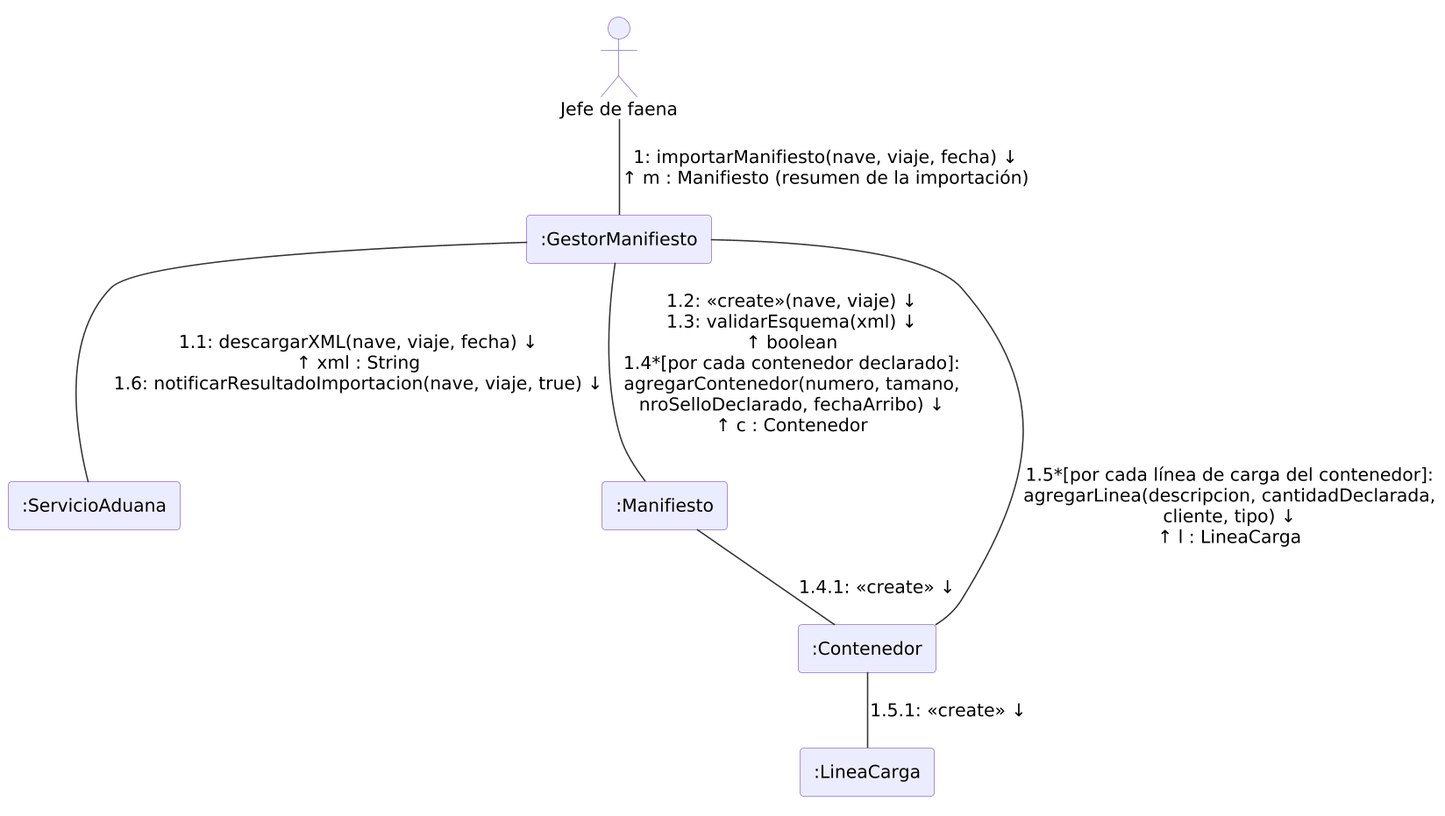
Earlier version of the PlantUML export Figuras/diagramas/17-col-importar-manifiesto.png (RenatoEspina/Latex-proyecto).
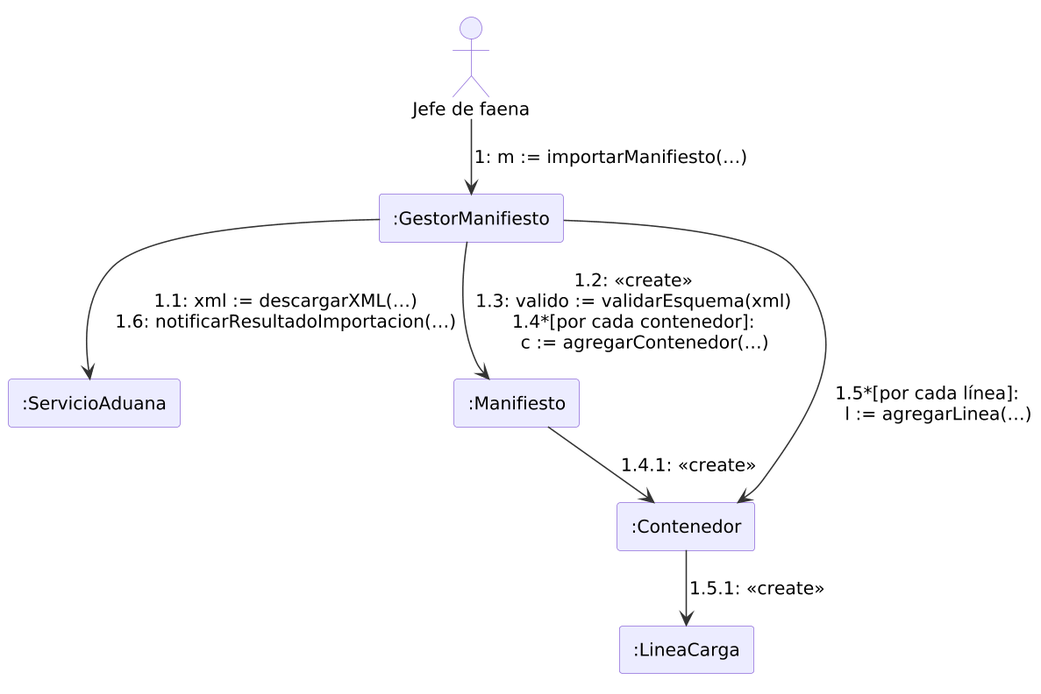
Above is the later version.

Diff of the diagram source:
```diff
@@ -8,10 +8,10 @@
 rectangle ":Contenedor" as C
 rectangle ":LineaCarga" as L
 
-JF -- GM : "1: importarManifiesto(nave, viaje, fecha) ↓\n↑ m : Manifiesto (resumen de la importación)"
-GM -- SA : "1.1: descargarXML(nave, viaje, fecha) ↓\n↑ xml : String\n1.6: notificarResultadoImportacion(nave, viaje, true) ↓"
-GM -- M : "1.2: <<create>>(nave, viaje) ↓\n1.3: validarEsquema(xml) ↓\n↑ boolean\n1.4*[por cada contenedor declarado]:\nagregarContenedor(numero, tamano,\nnroSelloDeclarado, fechaArribo) ↓\n↑ c : Contenedor"
-M -- C : "1.4.1: <<create>> ↓"
-GM -- C : "1.5*[por cada línea de carga del contenedor]:\nagregarLinea(descripcion, cantidadDeclarada,\ncliente, tipo) ↓\n↑ l : LineaCarga"
-C -- L : "1.5.1: <<create>> ↓"
+JF --> GM : "1: m := importarManifiesto(…)"
+GM --> SA : "1.1: xml := descargarXML(…)\n1.6: notificarResultadoImportacion(…)"
+GM --> M : "1.2: <<create>>\n1.3: valido := validarEsquema(xml)\n1.4*[por cada contenedor]:\n    c := agregarContenedor(…)"
+M --> C : "1.4.1: <<create>>"
+GM --> C : "1.5*[por cada línea]:\n    l := agregarLinea(…)"
+C --> L : "1.5.1: <<create>>"
 @enduml
```
